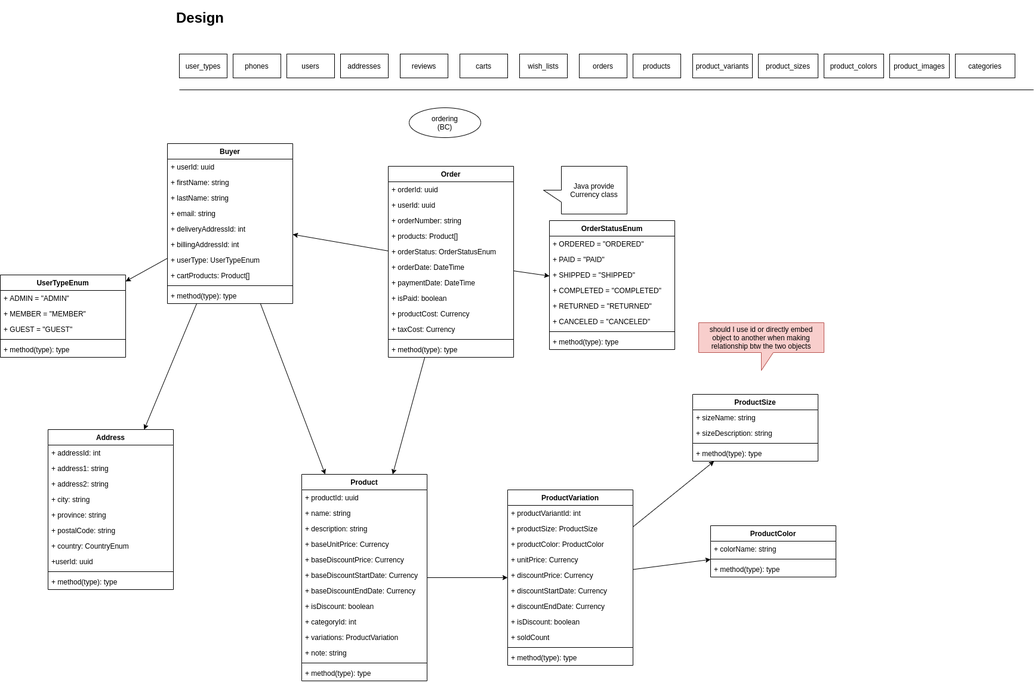
Before: backend-uml.png, a diagram exported from draw.io (stsiwo/e-commerce-starter-kits). Source tidied: cells renumbered, new cells last; positions are measured from the earlier drawing's top-left corner, leaving out a move shared by most shapes.
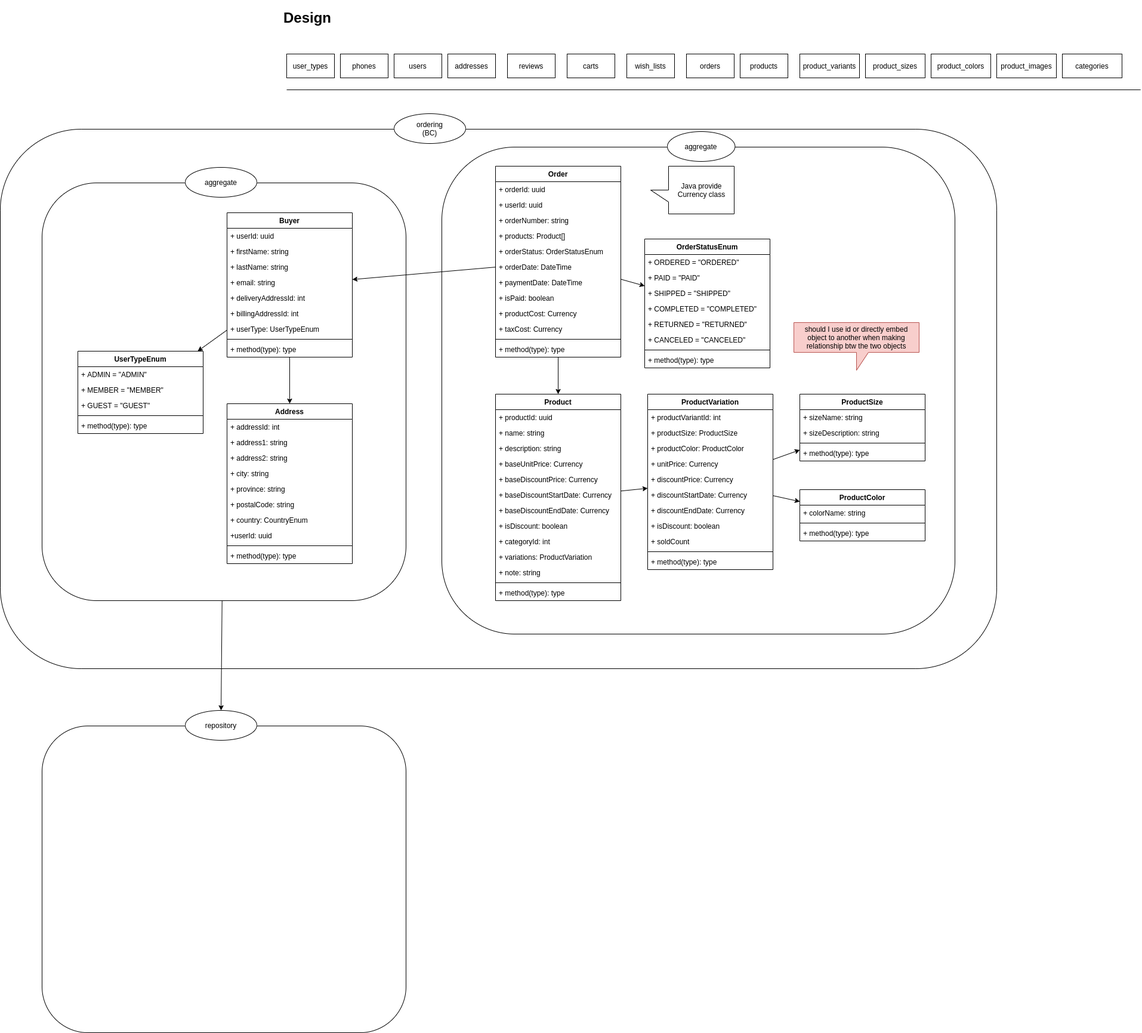
Above is the later version.

Change to the diagram source:
```diff
@@ -2,6 +2,24 @@
   <root>
     <mxCell id="0" />
     <mxCell id="1" parent="0" />
+    <mxCell id="115" style="group;" parent="1" vertex="1">
+      <mxGeometry x="-180" y="180" width="1670" height="930" as="geometry" />
+    </mxCell>
+    <mxCell id="116" style="rounded=1;whiteSpace=wrap;html=1;fillColor=none;" parent="115" vertex="1">
+      <mxGeometry y="26" width="1670" height="904" as="geometry" />
+    </mxCell>
+    <mxCell id="18" value="ordering&lt;br&gt;(BC)" style="ellipse;whiteSpace=wrap;html=1;" parent="115" vertex="1">
+      <mxGeometry x="660" width="120" height="50" as="geometry" />
+    </mxCell>
+    <mxCell id="117" style="group;" parent="115" vertex="1">
+      <mxGeometry x="740" y="30" width="860" height="842" as="geometry" />
+    </mxCell>
+    <mxCell id="118" style="rounded=1;whiteSpace=wrap;html=1;fillColor=none;" parent="117" vertex="1">
+      <mxGeometry y="26" width="860" height="816" as="geometry" />
+    </mxCell>
+    <mxCell id="119" value="aggregate" style="ellipse;whiteSpace=wrap;html=1;" parent="117" vertex="1">
+      <mxGeometry x="378" width="113.4" height="50" as="geometry" />
+    </mxCell>
     <mxCell id="2" value="&lt;h1&gt;Design&lt;/h1&gt;&lt;p&gt;&lt;br&gt;&lt;/p&gt;" style="text;html=1;strokeColor=none;fillColor=none;spacing=5;spacingTop=-20;whiteSpace=wrap;overflow=hidden;rounded=0;" parent="1" vertex="1">
       <mxGeometry x="290" width="90" height="40" as="geometry" />
     </mxCell>
@@ -53,20 +71,14 @@
     <mxCell id="17" value="categories" style="rounded=0;whiteSpace=wrap;html=1;" parent="1" vertex="1">
       <mxGeometry x="1600" y="80" width="100" height="40" as="geometry" />
     </mxCell>
-    <mxCell id="18" value="ordering&lt;br&gt;(BC)" style="ellipse;whiteSpace=wrap;html=1;" parent="1" vertex="1">
-      <mxGeometry x="685" y="170" width="120" height="50" as="geometry" />
-    </mxCell>
     <mxCell id="19" style="rounded=0;jettySize=auto;html=1;" parent="1" edge="1" source="22" target="50">
       <mxGeometry relative="1" as="geometry" />
     </mxCell>
     <mxCell id="20" style="rounded=0;jettySize=auto;html=1;" parent="1" edge="1" source="22" target="65">
       <mxGeometry relative="1" as="geometry" />
     </mxCell>
-    <mxCell id="21" style="edgeStyle=none;rounded=0;jettySize=auto;html=1;" parent="1" edge="1" source="22" target="77">
-      <mxGeometry relative="1" as="geometry" />
-    </mxCell>
     <mxCell id="22" value="Buyer" style="swimlane;fontStyle=1;align=center;verticalAlign=top;horizontal=1;startSize=26;" parent="1" vertex="1">
-      <mxGeometry x="280" y="230" width="210" height="268" as="geometry" />
+      <mxGeometry x="200" y="346" width="210" height="242" as="geometry" />
     </mxCell>
     <mxCell id="23" value="+ userId: uuid " style="text;strokeColor=none;fillColor=none;align=left;verticalAlign=top;spacingLeft=4;spacingRight=4;overflow=hidden;" parent="22" vertex="1">
       <mxGeometry y="26" width="210" height="26" as="geometry" />
@@ -89,14 +101,11 @@
     <mxCell id="29" value="+ userType: UserTypeEnum" style="text;strokeColor=none;fillColor=none;align=left;verticalAlign=top;spacingLeft=4;spacingRight=4;overflow=hidden;" parent="22" vertex="1">
       <mxGeometry y="182" width="210" height="26" as="geometry" />
     </mxCell>
-    <mxCell id="30" value="+ cartProducts: Product[]" style="text;strokeColor=none;fillColor=none;align=left;verticalAlign=top;spacingLeft=4;spacingRight=4;overflow=hidden;" parent="22" vertex="1">
-      <mxGeometry y="208" width="210" height="26" as="geometry" />
-    </mxCell>
     <mxCell id="31" style="line;strokeWidth=1;fillColor=none;align=left;verticalAlign=middle;spacingTop=-1;spacingLeft=3;spacingRight=3;labelPosition=right;" parent="22" vertex="1">
-      <mxGeometry y="234" width="210" height="8" as="geometry" />
+      <mxGeometry y="208" width="210" height="8" as="geometry" />
     </mxCell>
     <mxCell id="32" value="+ method(type): type" style="text;strokeColor=none;fillColor=none;align=left;verticalAlign=top;spacingLeft=4;spacingRight=4;overflow=hidden;" parent="22" vertex="1">
-      <mxGeometry y="242" width="210" height="26" as="geometry" />
+      <mxGeometry y="216" width="210" height="26" as="geometry" />
     </mxCell>
     <mxCell id="33" style="edgeStyle=none;rounded=0;jettySize=auto;html=1;" parent="1" edge="1" source="36" target="22">
       <mxGeometry relative="1" as="geometry" />
@@ -150,7 +159,7 @@
       <mxGeometry x="910" y="268" width="140" height="80" as="geometry" />
     </mxCell>
     <mxCell id="50" value="UserTypeEnum" style="swimlane;fontStyle=1;align=center;verticalAlign=top;horizontal=1;startSize=26;" parent="1" vertex="1">
-      <mxGeometry y="450" width="210" height="138" as="geometry" />
+      <mxGeometry x="-50" y="578" width="210" height="138" as="geometry" />
     </mxCell>
     <mxCell id="51" value="+ ADMIN = &quot;ADMIN&quot;" style="text;strokeColor=none;fillColor=none;align=left;verticalAlign=top;spacingLeft=4;spacingRight=4;overflow=hidden;" parent="50" vertex="1">
       <mxGeometry y="26" width="210" height="26" as="geometry" />
@@ -168,7 +177,7 @@
       <mxGeometry y="112" width="210" height="26" as="geometry" />
     </mxCell>
     <mxCell id="56" value="OrderStatusEnum" style="swimlane;fontStyle=1;align=center;verticalAlign=top;horizontal=1;startSize=26;" parent="1" vertex="1">
-      <mxGeometry x="920" y="359" width="210" height="216" as="geometry" />
+      <mxGeometry x="900" y="390" width="210" height="216" as="geometry" />
     </mxCell>
     <mxCell id="57" value="+ ORDERED = &quot;ORDERED&quot;" style="text;strokeColor=none;fillColor=none;align=left;verticalAlign=top;spacingLeft=4;spacingRight=4;overflow=hidden;" parent="56" vertex="1">
       <mxGeometry y="26" width="210" height="26" as="geometry" />
@@ -195,7 +204,7 @@
       <mxGeometry y="190" width="210" height="26" as="geometry" />
     </mxCell>
     <mxCell id="65" value="Address" style="swimlane;fontStyle=1;align=center;verticalAlign=top;horizontal=1;startSize=26;" parent="1" vertex="1">
-      <mxGeometry x="80" y="709" width="210" height="268" as="geometry" />
+      <mxGeometry x="200" y="666" width="210" height="268" as="geometry" />
     </mxCell>
     <mxCell id="66" value="+ addressId: int " style="text;strokeColor=none;fillColor=none;align=left;verticalAlign=top;spacingLeft=4;spacingRight=4;overflow=hidden;" parent="65" vertex="1">
       <mxGeometry y="26" width="210" height="26" as="geometry" />
@@ -231,7 +240,7 @@
       <mxGeometry relative="1" as="geometry" />
     </mxCell>
     <mxCell id="77" value="Product" style="swimlane;fontStyle=1;align=center;verticalAlign=top;horizontal=1;startSize=26;" parent="1" vertex="1">
-      <mxGeometry x="505" y="784" width="210" height="346" as="geometry" />
+      <mxGeometry x="650" y="650" width="210" height="346" as="geometry" />
     </mxCell>
     <mxCell id="78" value="+ productId: uuid" style="text;strokeColor=none;fillColor=none;align=left;verticalAlign=top;spacingLeft=4;spacingRight=4;overflow=hidden;" parent="77" vertex="1">
       <mxGeometry y="26" width="210" height="26" as="geometry" />
@@ -279,7 +288,7 @@
       <mxGeometry relative="1" as="geometry" />
     </mxCell>
     <mxCell id="93" value="ProductVariation" style="swimlane;fontStyle=1;align=center;verticalAlign=top;horizontal=1;startSize=26;" parent="1" vertex="1">
-      <mxGeometry x="850" y="810" width="210" height="294" as="geometry" />
+      <mxGeometry x="905" y="650" width="210" height="294" as="geometry" />
     </mxCell>
     <mxCell id="94" value="+ productVariantId: int" style="text;strokeColor=none;fillColor=none;align=left;verticalAlign=top;spacingLeft=4;spacingRight=4;overflow=hidden;" parent="93" vertex="1">
       <mxGeometry y="26" width="210" height="26" as="geometry" />
@@ -315,7 +324,7 @@
       <mxGeometry y="268" width="210" height="26" as="geometry" />
     </mxCell>
     <mxCell id="105" value="should I use id or directly embed object to another when making relationship btw the two objects" style="shape=callout;whiteSpace=wrap;html=1;perimeter=calloutPerimeter;fillColor=#f8cecc;strokeColor=#b85450;" parent="1" vertex="1">
-      <mxGeometry x="1170" y="530" width="210" height="80" as="geometry" />
+      <mxGeometry x="1150" y="530" width="210" height="80" as="geometry" />
     </mxCell>
     <mxCell id="106" value="ProductSize" style="swimlane;fontStyle=1;align=center;verticalAlign=top;horizontal=1;startSize=26;" parent="1" vertex="1">
       <mxGeometry x="1160" y="650" width="210" height="112" as="geometry" />
@@ -333,7 +342,7 @@
       <mxGeometry y="86" width="210" height="26" as="geometry" />
     </mxCell>
     <mxCell id="111" value="ProductColor" style="swimlane;fontStyle=1;align=center;verticalAlign=top;horizontal=1;startSize=26;" parent="1" vertex="1">
-      <mxGeometry x="1190" y="870" width="210" height="86" as="geometry" />
+      <mxGeometry x="1160" y="810" width="210" height="86" as="geometry" />
     </mxCell>
     <mxCell id="112" value="+ colorName: string" style="text;strokeColor=none;fillColor=none;align=left;verticalAlign=top;spacingLeft=4;spacingRight=4;overflow=hidden;" parent="111" vertex="1">
       <mxGeometry y="26" width="210" height="26" as="geometry" />
@@ -344,5 +353,23 @@
     <mxCell id="114" value="+ method(type): type" style="text;strokeColor=none;fillColor=none;align=left;verticalAlign=top;spacingLeft=4;spacingRight=4;overflow=hidden;" parent="111" vertex="1">
       <mxGeometry y="60" width="210" height="26" as="geometry" />
     </mxCell>
+    <mxCell id="120" style="group;" parent="1" vertex="1">
+      <mxGeometry x="-110" y="270" width="610" height="726" as="geometry" />
+    </mxCell>
+    <mxCell id="121" style="rounded=1;whiteSpace=wrap;html=1;fillColor=none;" parent="120" vertex="1">
+      <mxGeometry y="26" width="610" height="700" as="geometry" />
+    </mxCell>
+    <mxCell id="122" value="aggregate" style="ellipse;whiteSpace=wrap;html=1;" parent="120" vertex="1">
+      <mxGeometry x="240" width="120" height="50" as="geometry" />
+    </mxCell>
+    <mxCell id="123" style="edgeStyle=none;rounded=0;jettySize=auto;html=1;entryX=0.5;entryY=0;entryDx=0;entryDy=0;" parent="1" edge="1" source="121" target="125">
+      <mxGeometry relative="1" as="geometry" />
+    </mxCell>
+    <mxCell id="124" style="rounded=1;whiteSpace=wrap;html=1;fillColor=none;" parent="1" vertex="1">
+      <mxGeometry x="-110" y="1206" width="610" height="514" as="geometry" />
+    </mxCell>
+    <mxCell id="125" value="repository" style="ellipse;whiteSpace=wrap;html=1;" parent="1" vertex="1">
+      <mxGeometry x="130" y="1180" width="120" height="50" as="geometry" />
+    </mxCell>
   </root>
 </mxGraphModel>
```
